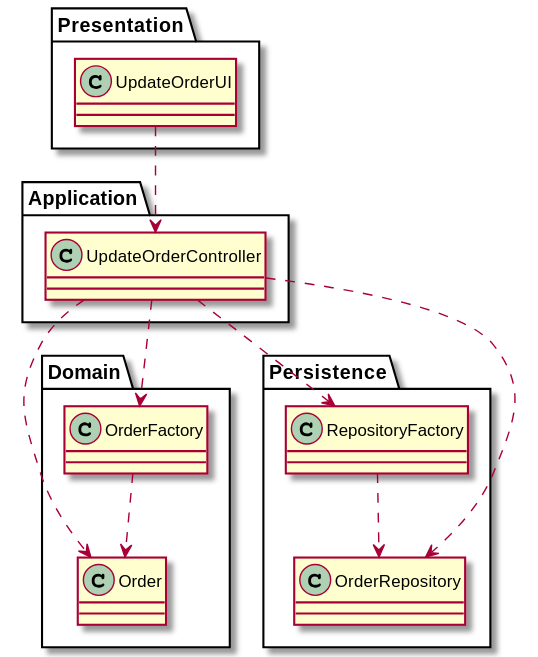
This is Documentação/1190772/US2004/US2004_CD.svg from 1190772/LAB-Project-4, a PlantUML export, as it was before one commit. The source it was exported from:
```plantuml
@startuml
skinparam classAttributeIconSize 0


Package Presentation{
class UpdateOrderUI {
}
}

Package Application{

class UpdateOrderController {


}
}

Package Domain{

class Order {


}

class OrderFactory{
}


}


Package Persistence{
class RepositoryFactory{

}

class OrderRepository{

}


}

UpdateOrderUI ..> UpdateOrderController
UpdateOrderController ..> Order
UpdateOrderController ..> OrderRepository
UpdateOrderController ..> RepositoryFactory
UpdateOrderController ..> OrderFactory
RepositoryFactory ..> OrderRepository
OrderFactory..> Order


@enduml
```
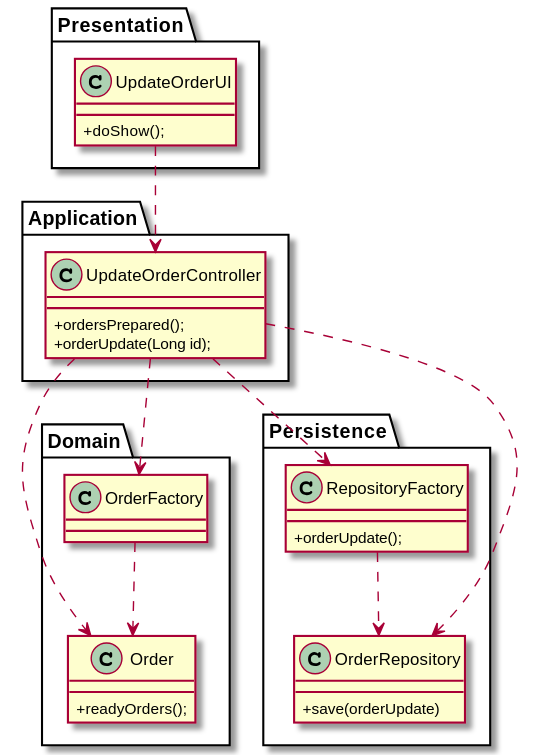
The same diagram one commit later.

What changed in the source:
```diff
@@ -4,13 +4,15 @@
 
 Package Presentation{
 class UpdateOrderUI {
++doShow();
 }
 }
 
 Package Application{
 
 class UpdateOrderController {
-
++ordersPrepared();
++orderUpdate(Long id);
 
 }
 }
@@ -18,7 +20,7 @@
 Package Domain{
 
 class Order {
-
++readyOrders();
 
 }
 
@@ -31,11 +33,12 @@
 
 Package Persistence{
 class RepositoryFactory{
++orderUpdate();
 
 }
 
 class OrderRepository{
-
++save(orderUpdate)
 }
 
 
```
